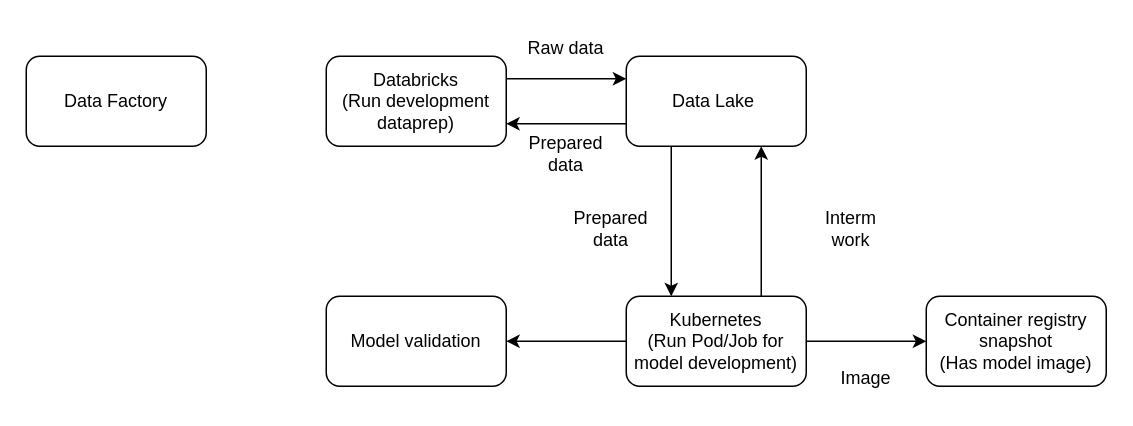
Before: img/system-design/ml-development-v1.drawio in riehseun/riehseun.github.io, a draw.io diagram. Source tidied: cells renumbered, new cells numbered last; positions are measured from the earlier drawing's top-left corner, leaving out a move shared by most shapes. Both pictures are drawn from the tidied source at 150%, with x=0, y=0 at pixel (26, 26).
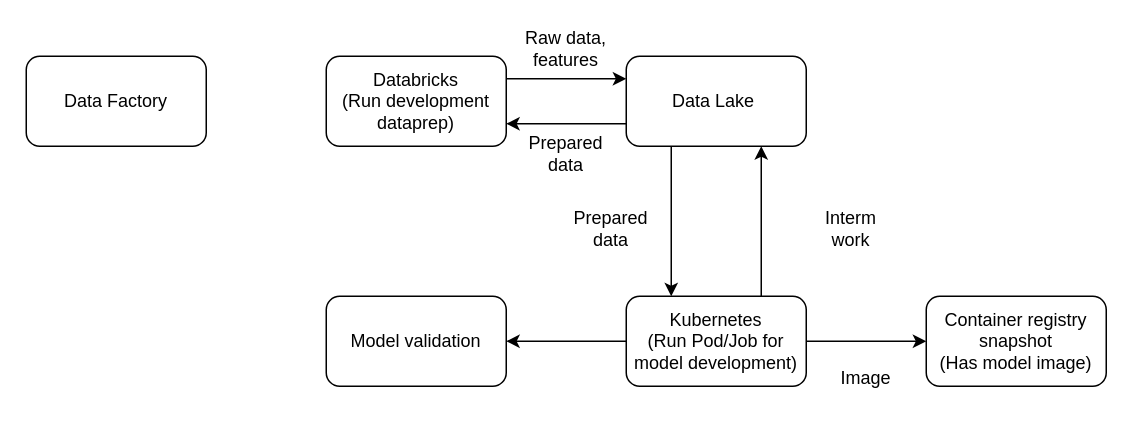
After the change.

What changed in the source:
```diff
@@
 <mxGraphModel>
   <root>
     <mxCell id="0" />
     <mxCell id="1" parent="0" />
     <mxCell id="2" style="edgeStyle=orthogonalEdgeStyle;rounded=0;jettySize=auto;html=1;exitX=1;exitY=0.25;exitDx=0;exitDy=0;entryX=0;entryY=0.25;entryDx=0;entryDy=0;" parent="1" edge="1" source="3" target="6">
       <mxGeometry relative="1" as="geometry" />
     </mxCell>
     <mxCell id="3" value="Databricks&lt;br&gt;(Run development dataprep)" style="rounded=1;whiteSpace=wrap;html=1;" parent="1" vertex="1">
       <mxGeometry x="200" y="20" width="120" height="60" as="geometry" />
     </mxCell>
     <mxCell id="4" style="edgeStyle=orthogonalEdgeStyle;rounded=0;jettySize=auto;html=1;exitX=0.25;exitY=1;exitDx=0;exitDy=0;entryX=0.25;entryY=0;entryDx=0;entryDy=0;" parent="1" edge="1" source="6" target="10">
       <mxGeometry relative="1" as="geometry" />
     </mxCell>
     <mxCell id="5" style="edgeStyle=orthogonalEdgeStyle;rounded=0;jettySize=auto;html=1;exitX=0;exitY=0.75;exitDx=0;exitDy=0;entryX=1;entryY=0.75;entryDx=0;entryDy=0;" parent="1" edge="1" source="6" target="3">
       <mxGeometry relative="1" as="geometry" />
     </mxCell>
     <mxCell id="6" value="Data Lake&amp;nbsp;" style="rounded=1;whiteSpace=wrap;html=1;" parent="1" vertex="1">
       <mxGeometry x="400" y="20" width="120" height="60" as="geometry" />
     </mxCell>
     <mxCell id="7" style="edgeStyle=orthogonalEdgeStyle;rounded=0;jettySize=auto;html=1;exitX=0.75;exitY=0;exitDx=0;exitDy=0;entryX=0.75;entryY=1;entryDx=0;entryDy=0;" parent="1" edge="1" source="10" target="6">
       <mxGeometry relative="1" as="geometry" />
     </mxCell>
     <mxCell id="8" style="edgeStyle=orthogonalEdgeStyle;rounded=0;jettySize=auto;html=1;exitX=1;exitY=0.5;exitDx=0;exitDy=0;entryX=0;entryY=0.5;entryDx=0;entryDy=0;" parent="1" edge="1" source="10" target="11">
       <mxGeometry relative="1" as="geometry" />
     </mxCell>
     <mxCell id="9" style="edgeStyle=orthogonalEdgeStyle;rounded=0;jettySize=auto;html=1;exitX=0;exitY=0.5;exitDx=0;exitDy=0;entryX=1;entryY=0.5;entryDx=0;entryDy=0;" parent="1" edge="1" source="10" target="18">
       <mxGeometry relative="1" as="geometry" />
     </mxCell>
     <mxCell id="10" value="Kubernetes&lt;br&gt;(Run Pod/Job for model development)" style="rounded=1;whiteSpace=wrap;html=1;" parent="1" vertex="1">
       <mxGeometry x="400" y="180" width="120" height="60" as="geometry" />
     </mxCell>
     <mxCell id="11" value="Container registry snapshot&lt;br&gt;(Has model image)" style="rounded=1;whiteSpace=wrap;html=1;" parent="1" vertex="1">
       <mxGeometry x="600" y="180" width="120" height="60" as="geometry" />
     </mxCell>
-    <mxCell id="12" value="Raw data" style="text;html=1;strokeColor=none;fillColor=none;align=center;verticalAlign=middle;whiteSpace=wrap;rounded=0;" parent="1" vertex="1">
+    <mxCell id="12" value="Raw data, features" style="text;html=1;strokeColor=none;fillColor=none;align=center;verticalAlign=middle;whiteSpace=wrap;rounded=0;" parent="1" vertex="1">
       <mxGeometry x="330" width="60" height="30" as="geometry" />
     </mxCell>
     <mxCell id="13" value="Prepared data" style="text;html=1;strokeColor=none;fillColor=none;align=center;verticalAlign=middle;whiteSpace=wrap;rounded=0;" parent="1" vertex="1">
       <mxGeometry x="330" y="70" width="60" height="30" as="geometry" />
     </mxCell>
     <mxCell id="14" value="Prepared data" style="text;html=1;strokeColor=none;fillColor=none;align=center;verticalAlign=middle;whiteSpace=wrap;rounded=0;" parent="1" vertex="1">
       <mxGeometry x="360" y="120" width="60" height="30" as="geometry" />
     </mxCell>
     <mxCell id="15" value="Image" style="text;html=1;strokeColor=none;fillColor=none;align=center;verticalAlign=middle;whiteSpace=wrap;rounded=0;" parent="1" vertex="1">
       <mxGeometry x="530" y="220" width="60" height="30" as="geometry" />
     </mxCell>
     <mxCell id="16" value="Interm work" style="text;html=1;strokeColor=none;fillColor=none;align=center;verticalAlign=middle;whiteSpace=wrap;rounded=0;" parent="1" vertex="1">
       <mxGeometry x="520" y="120" width="60" height="30" as="geometry" />
     </mxCell>
     <mxCell id="17" value="Data Factory" style="rounded=1;whiteSpace=wrap;html=1;" parent="1" vertex="1">
       <mxGeometry y="20" width="120" height="60" as="geometry" />
     </mxCell>
     <mxCell id="18" value="Model validation" style="rounded=1;whiteSpace=wrap;html=1;" parent="1" vertex="1">
       <mxGeometry x="200" y="180" width="120" height="60" as="geometry" />
     </mxCell>
   </root>
 </mxGraphModel>
```
